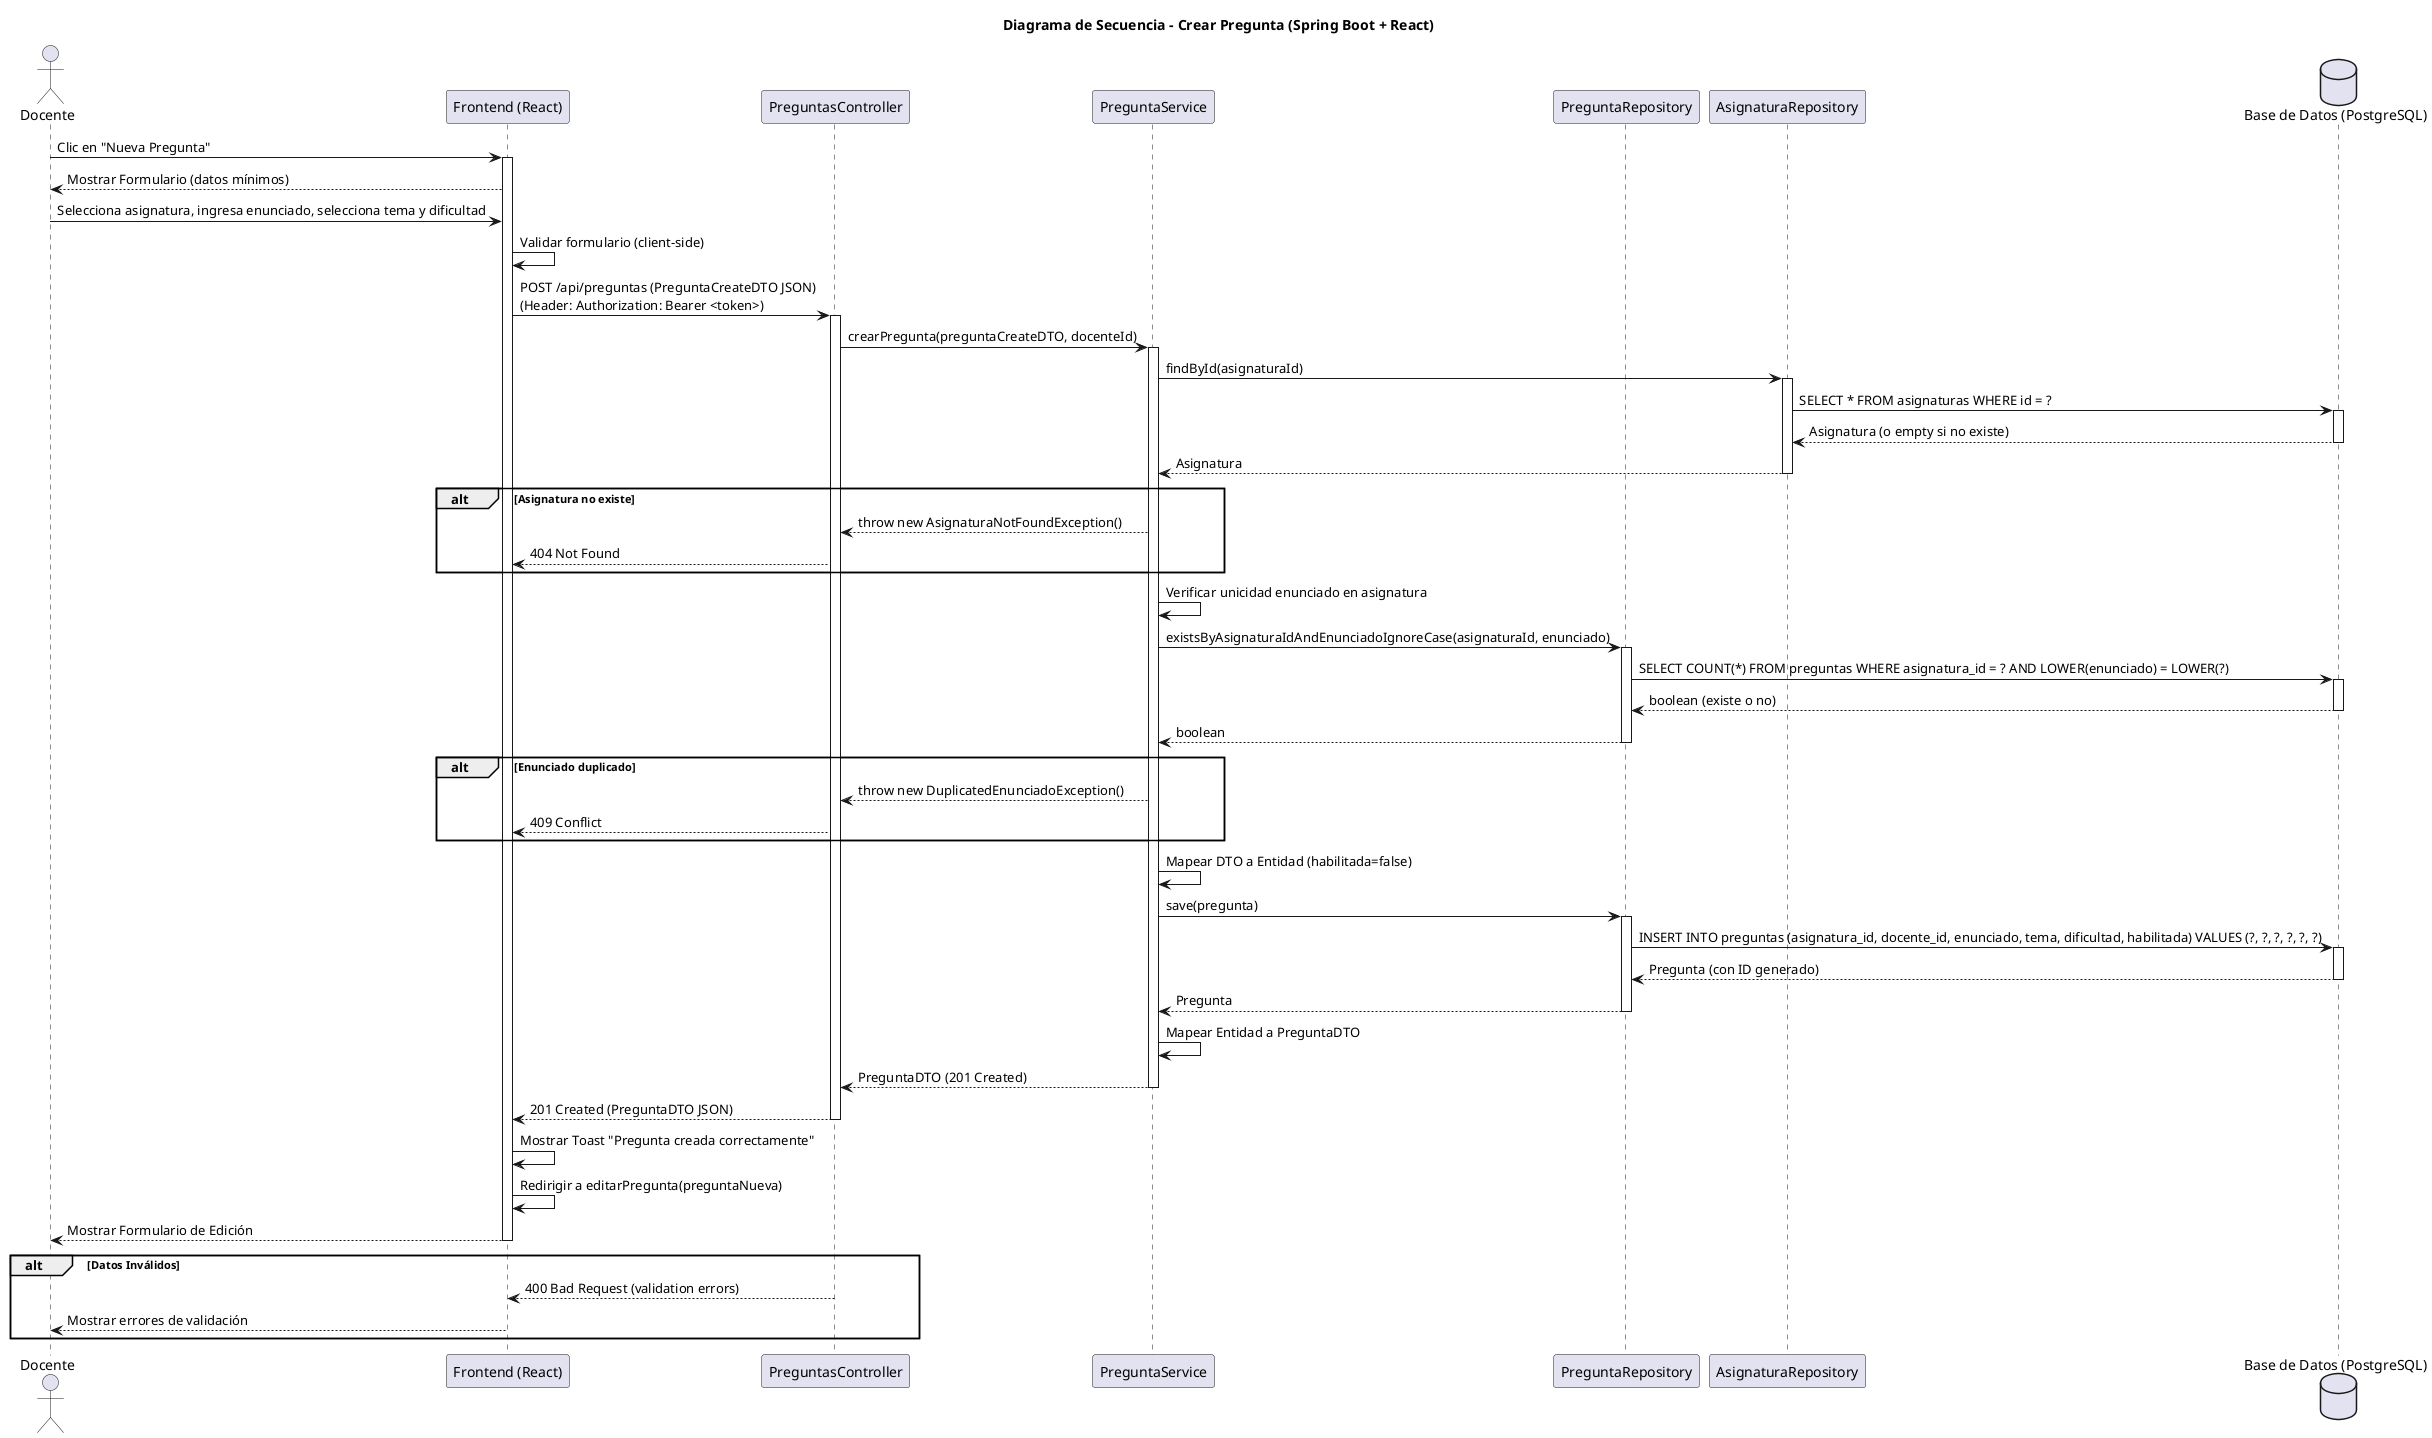
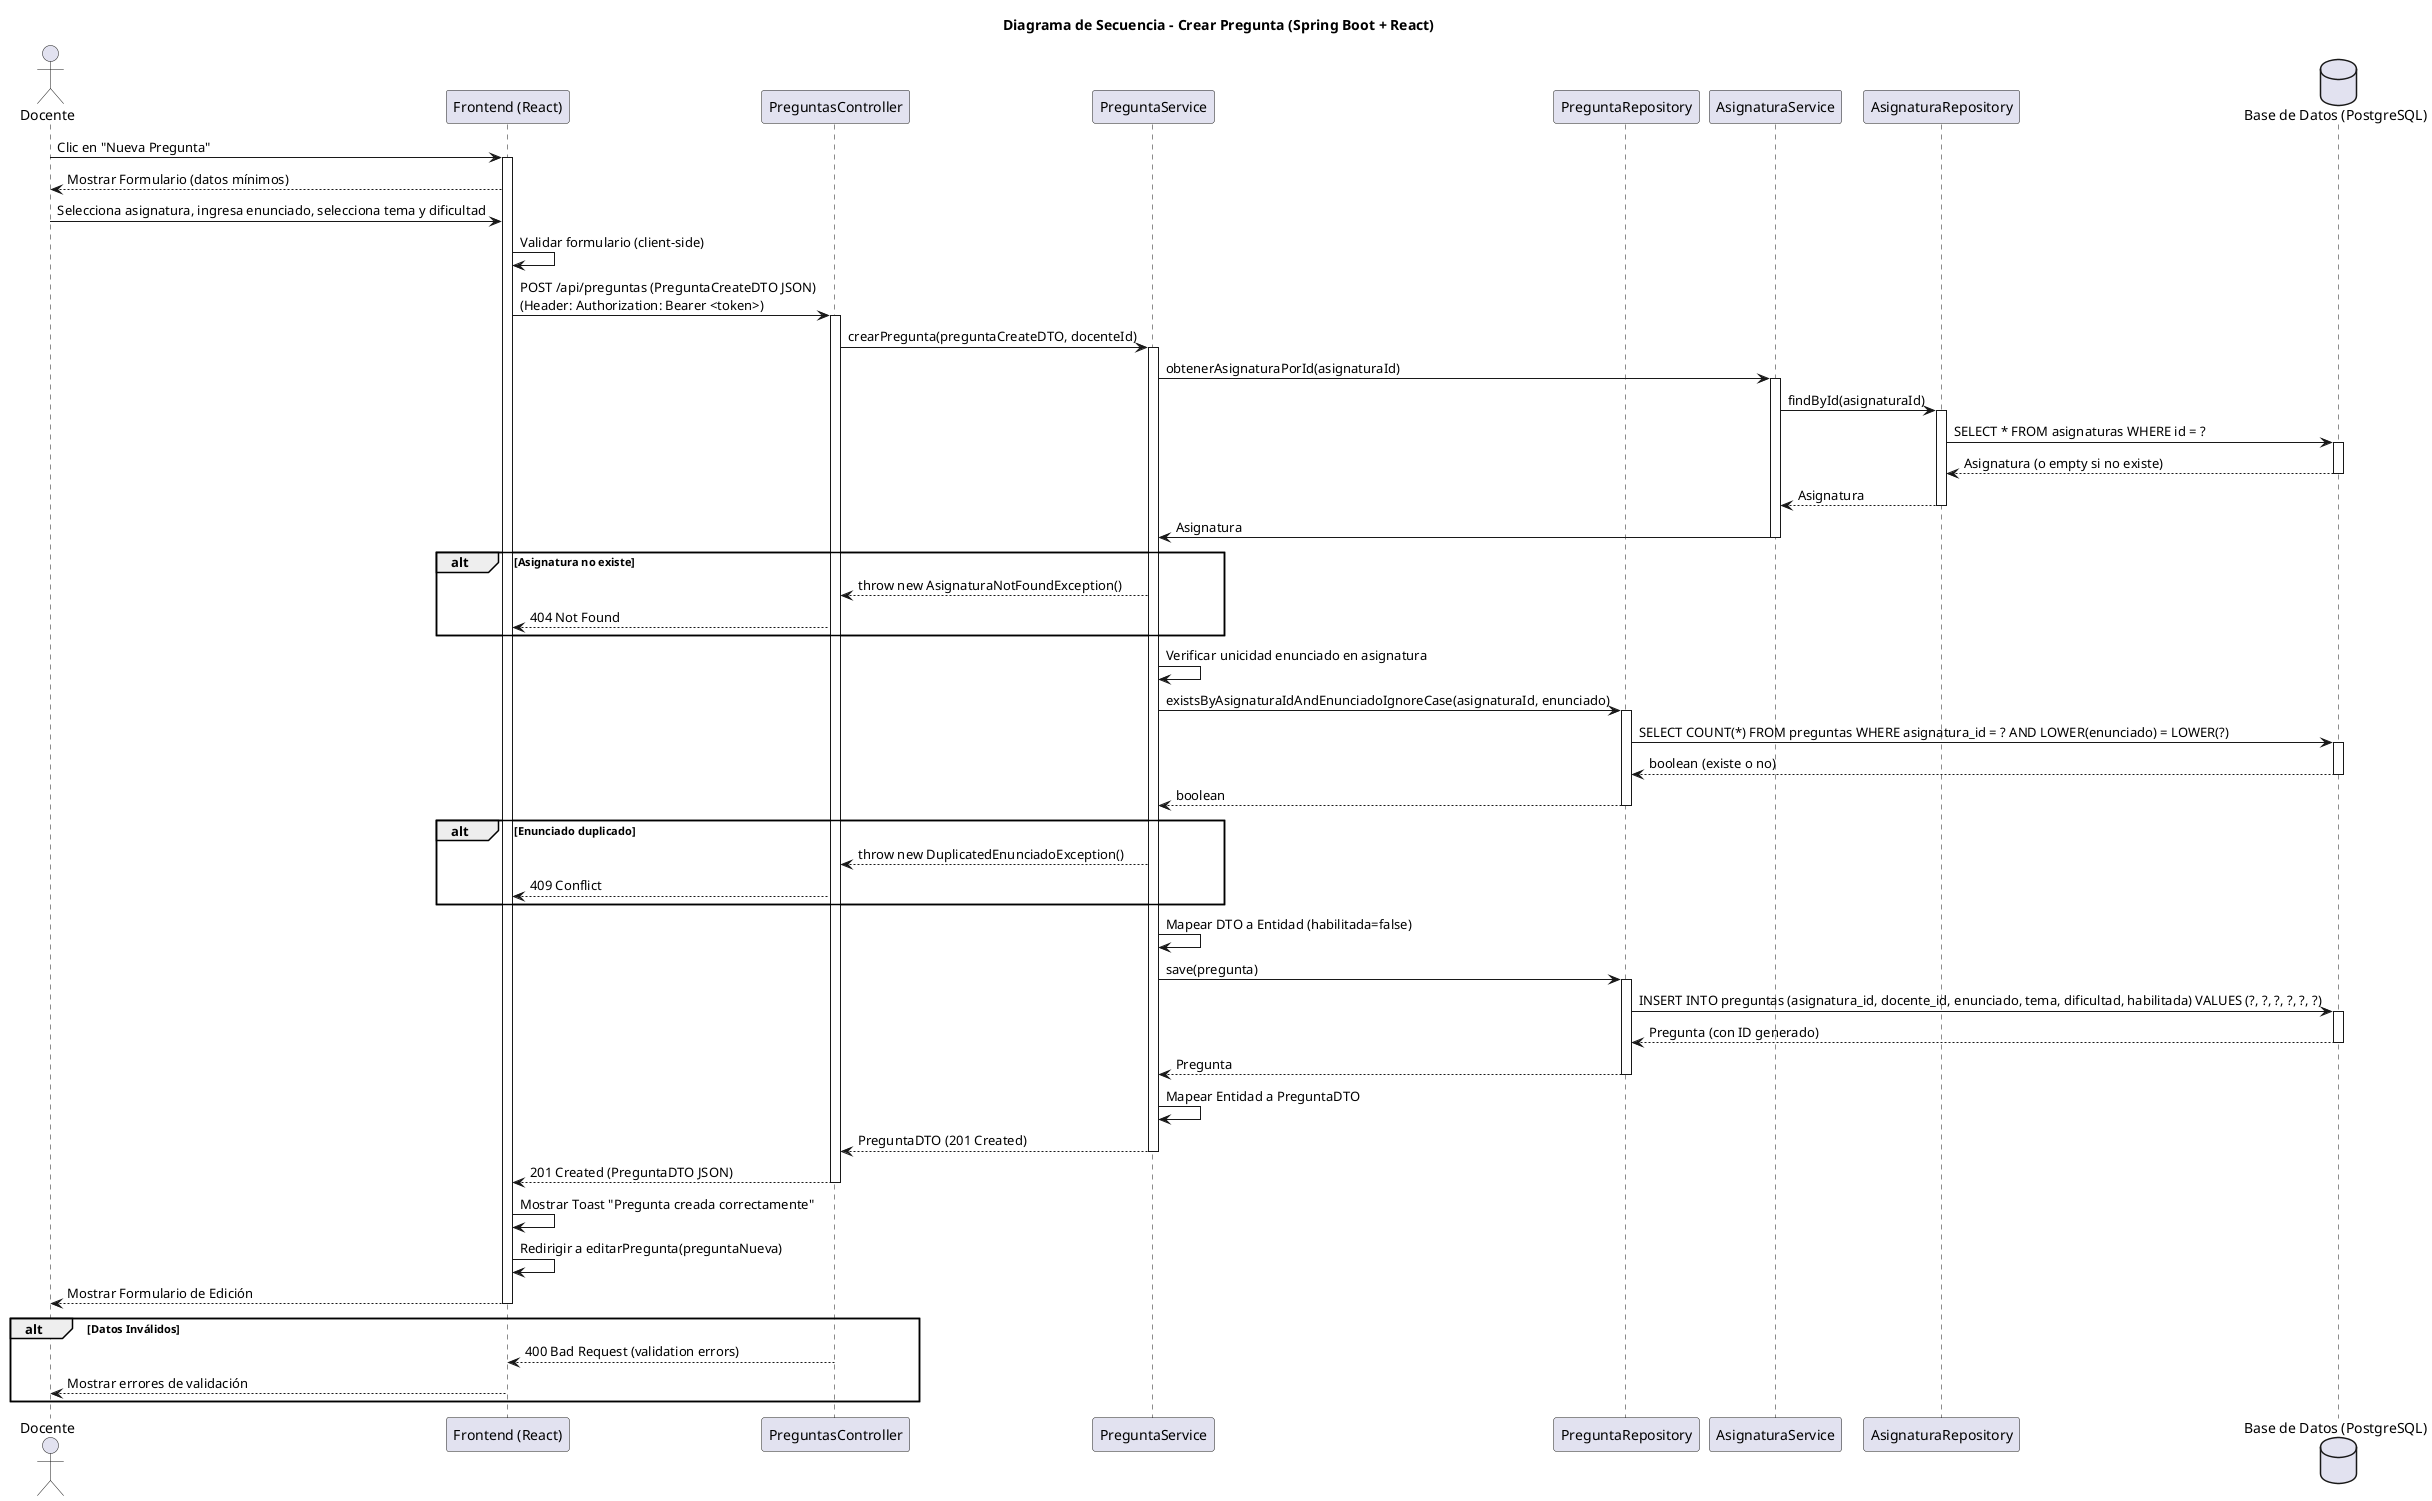
@startuml
title Diagrama de Secuencia - Crear Pregunta (Spring Boot + React)

actor "Docente" as Teacher
participant "Frontend (React)" as FE
participant "PreguntasController" as Controller
participant "PreguntaService" as Service
participant "PreguntaRepository" as Repo
+ participant "AsignaturaService" as AsignaturaService
participant "AsignaturaRepository" as AsignaturaRepo
database "Base de Datos (PostgreSQL)" as DB

Teacher -> FE: Clic en "Nueva Pregunta"
activate FE
FE --> Teacher: Mostrar Formulario (datos mínimos)
Teacher -> FE: Selecciona asignatura, ingresa enunciado, selecciona tema y dificultad
FE -> FE: Validar formulario (client-side)
FE -> Controller: POST /api/preguntas (PreguntaCreateDTO JSON)\n(Header: Authorization: Bearer <token>)
activate Controller
Controller -> Service: crearPregunta(preguntaCreateDTO, docenteId)
activate Service
- Service -> AsignaturaRepo: findById(asignaturaId)
+ Service -> AsignaturaService: obtenerAsignaturaPorId(asignaturaId)
+ activate AsignaturaService
+ AsignaturaService -> AsignaturaRepo: findById(asignaturaId)
activate AsignaturaRepo
AsignaturaRepo -> DB: SELECT * FROM asignaturas WHERE id = ?
activate DB
DB --> AsignaturaRepo: Asignatura (o empty si no existe)
deactivate DB
- AsignaturaRepo --> Service: Asignatura
+ AsignaturaRepo --> AsignaturaService: Asignatura
deactivate AsignaturaRepo
+ AsignaturaService -> Service: Asignatura
+ deactivate AsignaturaService
alt Asignatura no existe
    Service --> Controller: throw new AsignaturaNotFoundException()
    Controller --> FE: 404 Not Found
end
Service -> Service: Verificar unicidad enunciado en asignatura
Service -> Repo: existsByAsignaturaIdAndEnunciadoIgnoreCase(asignaturaId, enunciado)
activate Repo
Repo -> DB: SELECT COUNT(*) FROM preguntas WHERE asignatura_id = ? AND LOWER(enunciado) = LOWER(?)
activate DB
DB --> Repo: boolean (existe o no)
deactivate DB
Repo --> Service: boolean
deactivate Repo
alt Enunciado duplicado
    Service --> Controller: throw new DuplicatedEnunciadoException()
    Controller --> FE: 409 Conflict
end
Service -> Service: Mapear DTO a Entidad (habilitada=false)
Service -> Repo: save(pregunta)
activate Repo
Repo -> DB: INSERT INTO preguntas (asignatura_id, docente_id, enunciado, tema, dificultad, habilitada) VALUES (?, ?, ?, ?, ?, ?)
activate DB
DB --> Repo: Pregunta (con ID generado)
deactivate DB
Repo --> Service: Pregunta
deactivate Repo
Service -> Service: Mapear Entidad a PreguntaDTO
Service --> Controller: PreguntaDTO (201 Created)
deactivate Service
Controller --> FE: 201 Created (PreguntaDTO JSON)
deactivate Controller
FE -> FE: Mostrar Toast "Pregunta creada correctamente"
FE -> FE: Redirigir a editarPregunta(preguntaNueva)
FE --> Teacher: Mostrar Formulario de Edición
deactivate FE

alt Datos Inválidos
    Controller --> FE: 400 Bad Request (validation errors)
    deactivate Controller
    FE --> Teacher: Mostrar errores de validación
end

- @enduml
+ @enduml